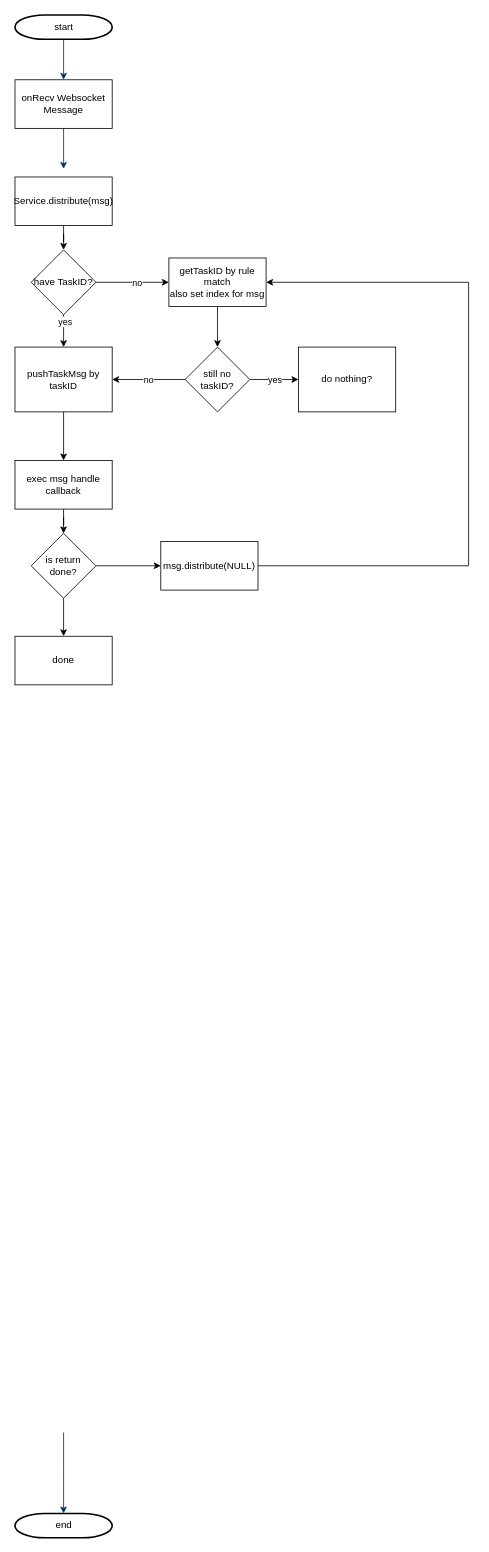
The draw.io diagram service3g-flow.drawio in Crazyokd/drawio, before the edit. Source tidied: cells renumbered, new cells numbered last; positions are measured from the earlier drawing's top-left corner, leaving out a move shared by most shapes. Both pictures are drawn from the tidied source at 81%, with x=0, y=0 at pixel (15, 15).
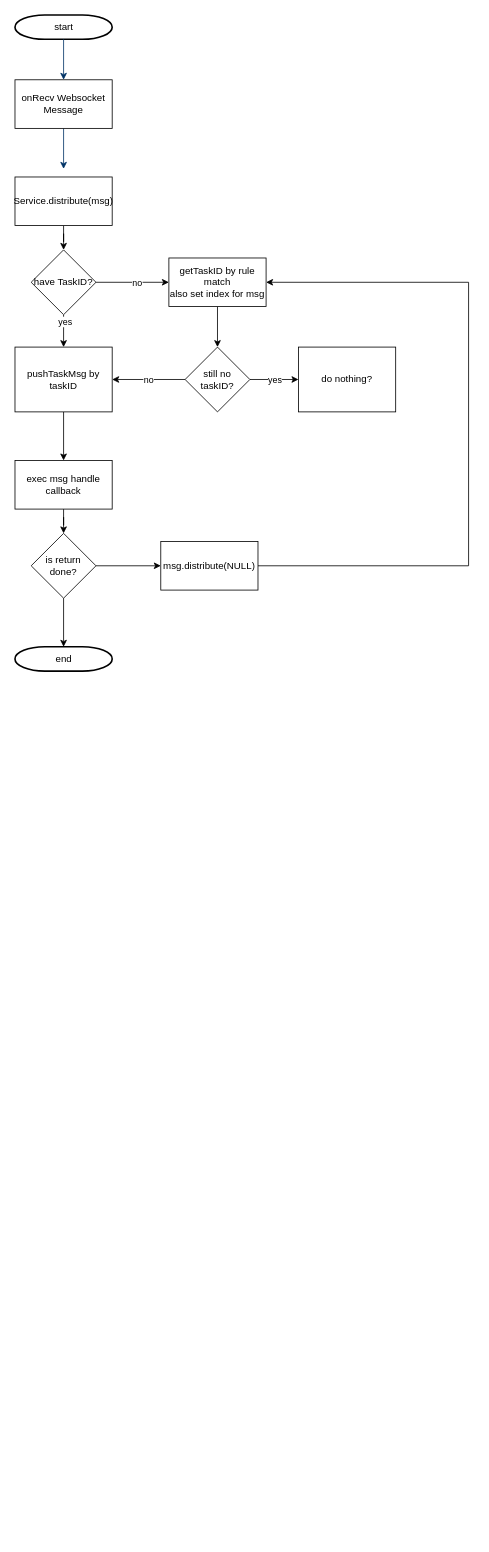
After the change.

The change refers to these unchanged cells:
```xml
<mxCell id="29" value="is return done?" style="rhombus;whiteSpace=wrap;html=1;" parent="1" vertex="1">
  <mxGeometry x="20" y="640" width="80" height="80" as="geometry" />
</mxCell>
```

Change to the diagram source:
```diff
@@
     <mxCell id="5" value="end" style="shape=mxgraph.flowchart.terminator;strokeWidth=2;gradientColor=none;gradientDirection=north;fontStyle=0;html=1;" parent="1" vertex="1">
-      <mxGeometry y="1850" width="120" height="30" as="geometry" />
+      <mxGeometry y="780" width="120" height="30" as="geometry" />
     </mxCell>
-    <mxCell id="6" style="edgeStyle=elbowEdgeStyle;elbow=vertical;exitX=0.5;exitY=1;exitPerimeter=0;entryX=0.5;entryY=0;entryPerimeter=0;fontStyle=1;strokeColor=#003366;strokeWidth=1;html=1;" parent="1" edge="1" target="5">
-      <mxGeometry as="geometry">
-        <mxPoint x="60" y="1750" as="sourcePoint" />
-      </mxGeometry>
-    </mxCell>
@@
-    <mxCell id="27" style="edgeStyle=orthogonalEdgeStyle;rounded=0;jettySize=auto;html=1;" parent="1" edge="1" source="29" target="30">
-      <mxGeometry relative="1" as="geometry" />
-    </mxCell>
@@
+    <mxCell id="33" style="edgeStyle=orthogonalEdgeStyle;rounded=0;jettySize=auto;html=1;" parent="1" edge="1" source="29" target="5">
+      <mxGeometry relative="1" as="geometry" />
+    </mxCell>
@@
-    <mxCell id="30" value="done" style="rounded=0;whiteSpace=wrap;html=1;" parent="1" vertex="1">
-      <mxGeometry y="767" width="120" height="60" as="geometry" />
-    </mxCell>
```
